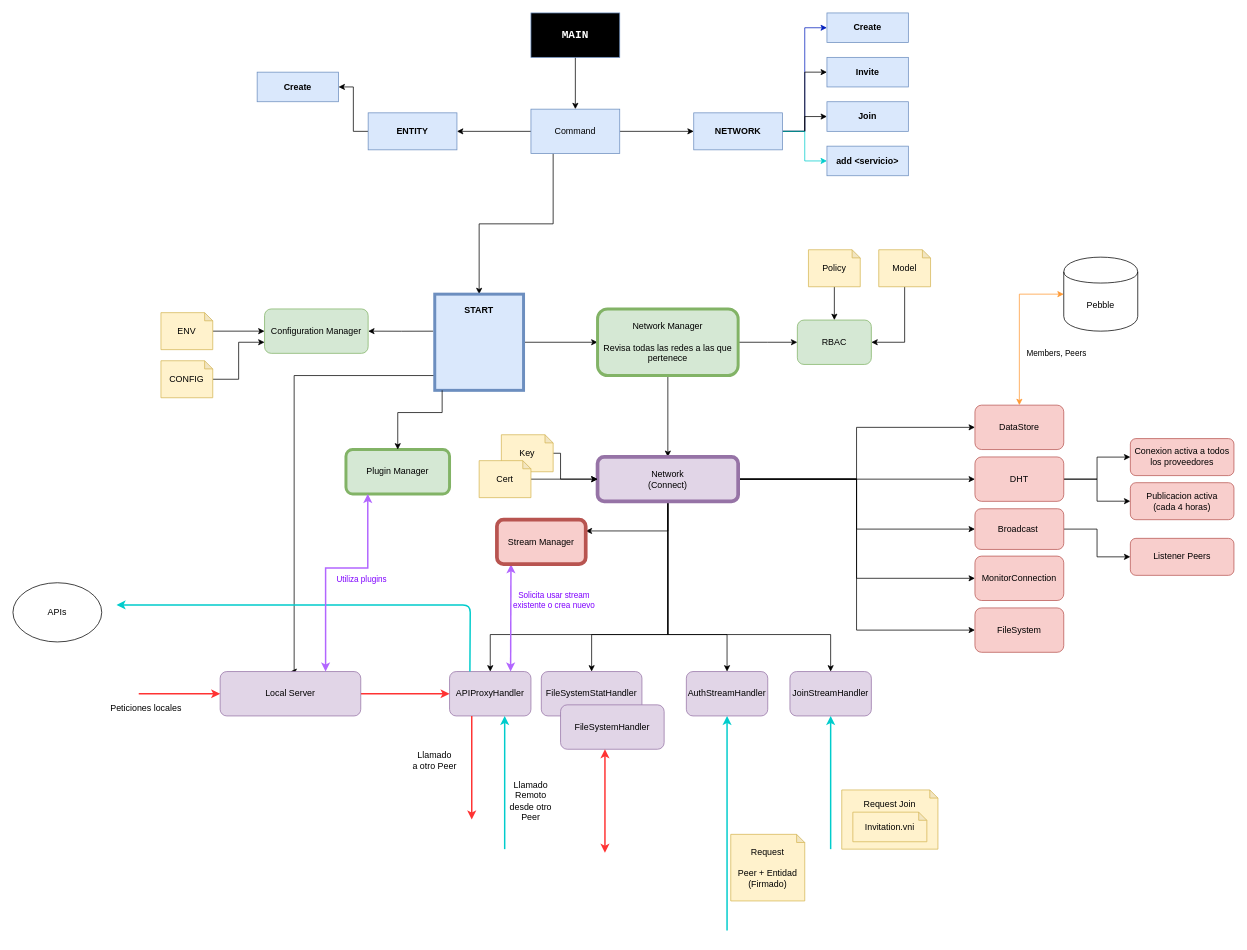
Before: page "App Arquitecture" (5 of 9) of documentation/Veredarii.drawio in daille/veredarii, a draw.io diagram. Source tidied: cells renumbered, new cells numbered last; positions are measured from the earlier drawing's top-left corner, leaving out a move shared by most shapes. Both pictures are drawn from the tidied source at 74%, with x=0, y=0 at pixel (13, 13).
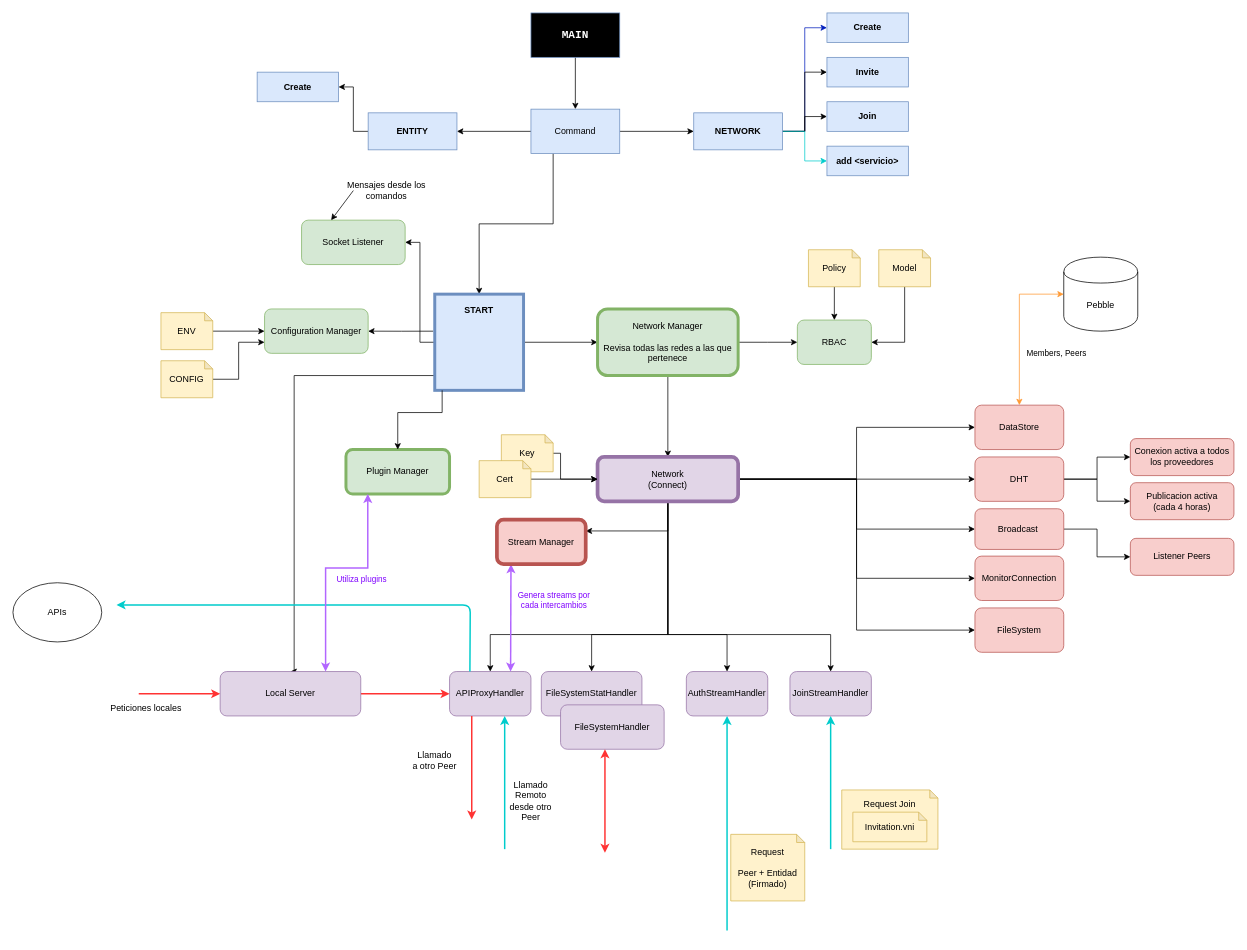
The same page after the edit.

Unchanged cells that the change refers to:
```xml
<mxCell id="11" value="&lt;b&gt;START&lt;/b&gt;&lt;br&gt;&lt;br&gt;&lt;br&gt;&lt;br&gt;&lt;br&gt;&lt;br&gt;&lt;br&gt;" style="rounded=0;whiteSpace=wrap;html=1;fillColor=#dae8fc;strokeColor=#6c8ebf;strokeWidth=4;" parent="1" vertex="1">
  <mxGeometry x="570" y="380" width="120" height="130" as="geometry" />
</mxCell>
<mxCell id="86" style="edgeStyle=orthogonalEdgeStyle;rounded=0;jettySize=auto;html=1;entryX=0.75;entryY=0;entryDx=0;entryDy=0;fillColor=#f8cecc;strokeColor=#B266FF;strokeWidth=2;startArrow=classic;startFill=1;" parent="1" edge="1" target="36">
  <mxGeometry relative="1" as="geometry">
    <mxPoint x="673" y="745" as="sourcePoint" />
    <Array as="points">
      <mxPoint x="673" y="745" />
      <mxPoint x="673" y="806" />
    </Array>
  </mxGeometry>
</mxCell>
```

Diff of the diagram source:
```diff
@@
+    <mxCell id="93" style="edgeStyle=orthogonalEdgeStyle;rounded=0;jettySize=auto;html=1;entryX=1;entryY=0.5;entryDx=0;entryDy=0;" parent="1" edge="1" source="11" target="94">
+      <mxGeometry relative="1" as="geometry" />
+    </mxCell>
@@
-    <mxCell id="87" value="Solicita usar stream &lt;br&gt;existente o crea nuevo" style="edgeLabel;html=1;align=center;verticalAlign=middle;fontColor=#7F00FF;" parent="86" vertex="1">
+    <mxCell id="87" value="Genera streams por &lt;br&gt;cada intercambios" style="edgeLabel;html=1;align=center;verticalAlign=middle;fontColor=#7F00FF;" parent="86" vertex="1">
       <mxGeometry x="-0.2" y="-3" relative="1" as="geometry">
         <mxPoint x="60.2" y="-9" as="offset" />
       </mxGeometry>
     </mxCell>
@@
+    <mxCell id="94" value="Socket Listener" style="rounded=1;whiteSpace=wrap;html=1;fillColor=#d5e8d4;strokeColor=#82b366;" parent="1" vertex="1">
+      <mxGeometry x="390" y="280" width="140" height="60" as="geometry" />
+    </mxCell>
+    <mxCell id="95" style="endArrow=classic;html=1;" parent="1" edge="1">
+      <mxGeometry relative="1" as="geometry">
+        <mxPoint x="460" y="240" as="sourcePoint" />
+        <mxPoint x="430" y="280" as="targetPoint" />
+      </mxGeometry>
+    </mxCell>
+    <mxCell id="96" value="Mensajes desde los comandos" style="text;html=1;strokeColor=none;fillColor=none;align=center;verticalAlign=middle;whiteSpace=wrap;rounded=0;" parent="1" vertex="1">
+      <mxGeometry x="440" y="230" width="130" height="20" as="geometry" />
+    </mxCell>
```
